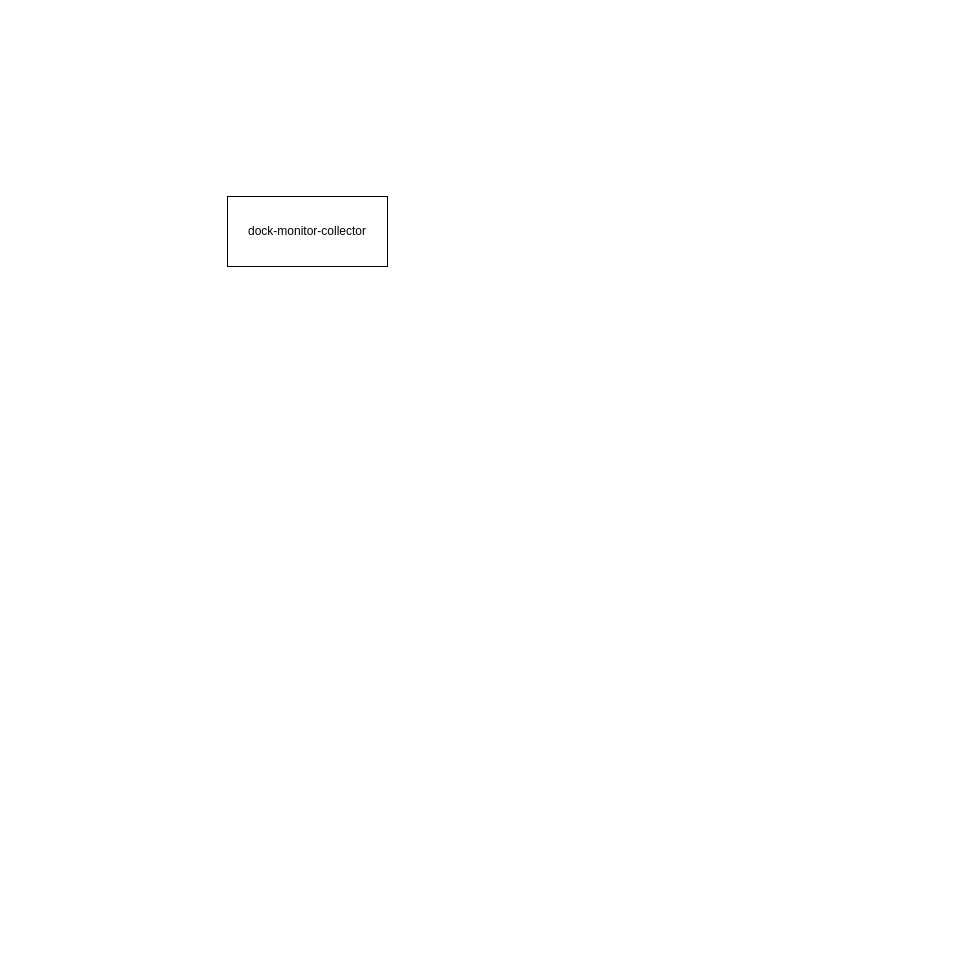
Before: IOT.drawio in CCWater/sprincloud-config, a draw.io diagram. Source tidied: cells renumbered, new cells numbered last; positions are measured from the earlier drawing's top-left corner, leaving out a move shared by most shapes. Both pictures are drawn from the tidied source at 100%, with x=0, y=0 at pixel (227, 196).
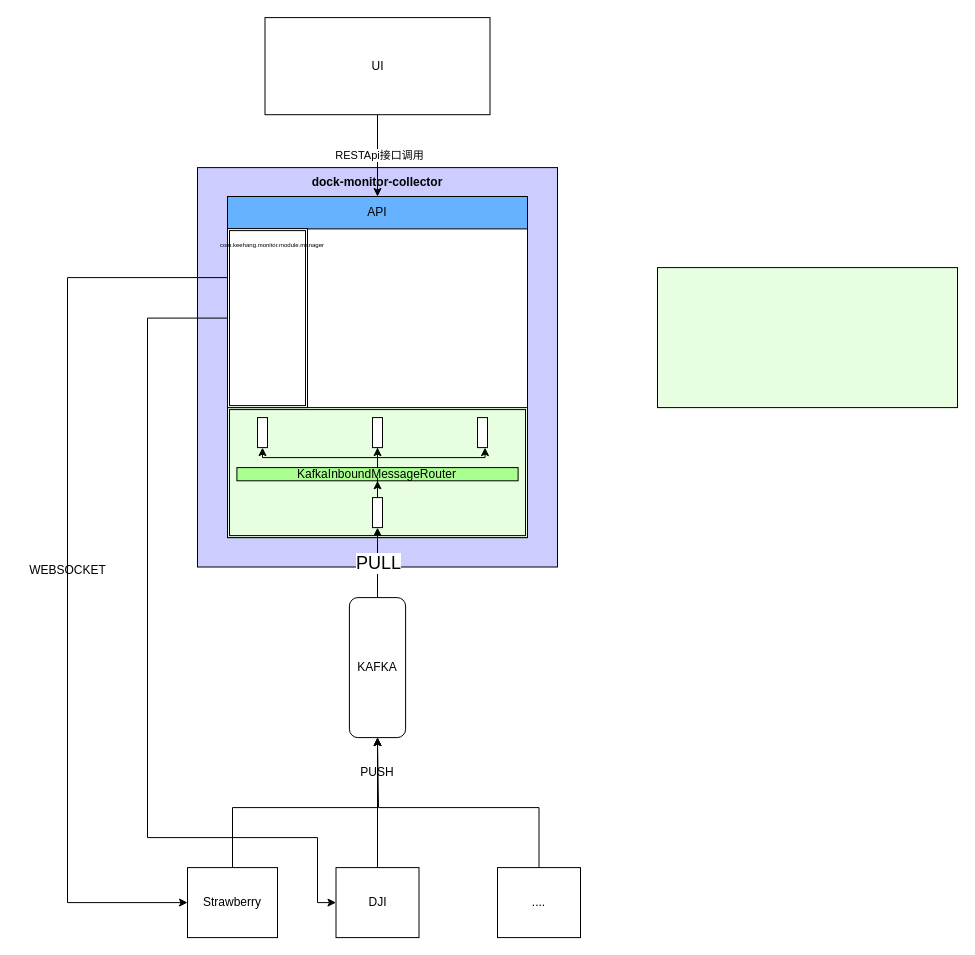
The same diagram, later.

The edit, as a diff of the source:
```diff
@@
+    <mxCell id="3" style="rounded=0;whiteSpace=wrap;html=1;fillColor=#CCCCFF;" parent="1" vertex="1">
+      <mxGeometry x="-30" y="-28.9" width="360" height="399.4" as="geometry" />
+    </mxCell>
-    <mxCell id="2" value="dock-monitor-collector" style="rounded=0;whiteSpace=wrap;html=1;" parent="1" vertex="1">
-      <mxGeometry width="160" height="70" as="geometry" />
+    <mxCell id="2" style="rounded=0;whiteSpace=wrap;html=1;" parent="1" vertex="1">
+      <mxGeometry width="300" height="341.1" as="geometry" />
     </mxCell>
+    <mxCell id="4" value="KAFKA" style="rounded=1;whiteSpace=wrap;html=1;direction=south;" parent="1" vertex="1">
+      <mxGeometry x="121.9" y="401.1" width="56.2" height="140" as="geometry" />
+    </mxCell>
+    <mxCell id="5" value="API" style="rounded=0;whiteSpace=wrap;html=1;fillColor=#66B2FF;" parent="1" vertex="1">
+      <mxGeometry width="300" height="32.4" as="geometry" />
+    </mxCell>
+    <mxCell id="6" style="edgeStyle=orthogonalEdgeStyle;rounded=0;jettySize=auto;html=1;entryX=0.5;entryY=0;entryDx=0;entryDy=0;" parent="1" edge="1" source="8" target="5">
+      <mxGeometry relative="1" as="geometry" />
+    </mxCell>
+    <mxCell id="7" value="RESTApi接口调用" style="edgeLabel;html=1;align=center;verticalAlign=middle;" parent="6" vertex="1">
+      <mxGeometry x="-0.02" y="1" relative="1" as="geometry" />
+    </mxCell>
+    <mxCell id="8" value="UI" style="rounded=0;whiteSpace=wrap;html=1;" parent="1" vertex="1">
+      <mxGeometry x="37.5" y="-178.9" width="225" height="97.1" as="geometry" />
+    </mxCell>
+    <mxCell id="9" style="rounded=0;whiteSpace=wrap;html=1;fillColor=#E7FFE0;" parent="1" vertex="1">
+      <mxGeometry x="430" y="71.1" width="300" height="140" as="geometry" />
+    </mxCell>
+    <mxCell id="10" value="&lt;b&gt;dock-monitor-collector&lt;/b&gt;" style="text;html=1;strokeColor=none;fillColor=none;align=center;verticalAlign=middle;whiteSpace=wrap;rounded=0;" parent="1" vertex="1">
+      <mxGeometry x="75" y="-18.9" width="150" height="10" as="geometry" />
+    </mxCell>
+    <mxCell id="11" style="group;" parent="1" vertex="1">
+      <mxGeometry y="211.1" width="300" height="130" as="geometry" />
+    </mxCell>
+    <mxCell id="12" style="edgeStyle=orthogonalEdgeStyle;rounded=0;orthogonalLoop=1;jettySize=auto;html=1;exitX=0.5;exitY=1;exitDx=0;exitDy=0;fillColor=#FFFF33;" parent="11" edge="1">
+      <mxGeometry relative="1" as="geometry">
+        <mxPoint x="151.2" y="120.9" as="sourcePoint" />
+        <mxPoint x="151.2" y="120.9" as="targetPoint" />
+      </mxGeometry>
+    </mxCell>
+    <mxCell id="13" style="shape=ext;double=1;rounded=0;whiteSpace=wrap;html=1;fillColor=#E7FFE0;" parent="11" vertex="1">
+      <mxGeometry width="300" height="130" as="geometry" />
+    </mxCell>
+    <mxCell id="14" style="edgeStyle=orthogonalEdgeStyle;rounded=0;jettySize=auto;html=1;entryX=0.5;entryY=1;entryDx=0;entryDy=0;" parent="11" edge="1" source="17" target="18">
+      <mxGeometry relative="1" as="geometry">
+        <Array as="points">
+          <mxPoint x="150" y="50" />
+          <mxPoint x="35" y="50" />
+        </Array>
+      </mxGeometry>
+    </mxCell>
+    <mxCell id="15" style="edgeStyle=orthogonalEdgeStyle;rounded=0;jettySize=auto;html=1;entryX=0.5;entryY=1;entryDx=0;entryDy=0;" parent="11" edge="1" source="17" target="19">
+      <mxGeometry relative="1" as="geometry" />
+    </mxCell>
+    <mxCell id="16" style="edgeStyle=orthogonalEdgeStyle;rounded=0;jettySize=auto;html=1;entryX=0.75;entryY=1;entryDx=0;entryDy=0;" parent="11" edge="1" source="17" target="20">
+      <mxGeometry relative="1" as="geometry">
+        <Array as="points">
+          <mxPoint x="150" y="50" />
+          <mxPoint x="257" y="50" />
+        </Array>
+      </mxGeometry>
+    </mxCell>
+    <mxCell id="17" value="KafkaInboundMessageRouter" style="rounded=0;whiteSpace=wrap;html=1;fillColor=#A9FF8F;" parent="11" vertex="1">
+      <mxGeometry x="9.4" y="60" width="281.2" height="13.2" as="geometry" />
+    </mxCell>
+    <mxCell id="18" style="rounded=0;whiteSpace=wrap;html=1;" parent="11" vertex="1">
+      <mxGeometry x="30" y="10" width="10" height="30" as="geometry" />
+    </mxCell>
+    <mxCell id="19" style="rounded=0;whiteSpace=wrap;html=1;" parent="11" vertex="1">
+      <mxGeometry x="145" y="10" width="10" height="30" as="geometry" />
+    </mxCell>
+    <mxCell id="20" style="rounded=0;whiteSpace=wrap;html=1;" parent="11" vertex="1">
+      <mxGeometry x="250" y="10" width="10" height="30" as="geometry" />
+    </mxCell>
+    <mxCell id="21" style="edgeStyle=orthogonalEdgeStyle;rounded=0;jettySize=auto;html=1;entryX=0.5;entryY=1;entryDx=0;entryDy=0;" parent="11" edge="1" source="22" target="17">
+      <mxGeometry relative="1" as="geometry" />
+    </mxCell>
+    <mxCell id="22" style="rounded=0;whiteSpace=wrap;html=1;" parent="11" vertex="1">
+      <mxGeometry x="145" y="90" width="10" height="30" as="geometry" />
+    </mxCell>
+    <mxCell id="23" style="edgeStyle=orthogonalEdgeStyle;rounded=0;jettySize=auto;html=1;entryX=0.5;entryY=1;entryDx=0;entryDy=0;" parent="1" edge="1" source="4" target="22">
+      <mxGeometry relative="1" as="geometry" />
+    </mxCell>
+    <mxCell id="24" value="&lt;font style=&quot;font-size: 18px;&quot;&gt;PULL&lt;/font&gt;" style="edgeLabel;html=1;align=center;verticalAlign=middle;" parent="23" vertex="1">
+      <mxGeometry x="0.01" relative="1" as="geometry" />
+    </mxCell>
+    <mxCell id="25" style="edgeStyle=orthogonalEdgeStyle;rounded=0;jettySize=auto;html=1;entryX=0;entryY=0.5;entryDx=0;entryDy=0;" parent="1" edge="1" source="27" target="30">
+      <mxGeometry relative="1" as="geometry">
+        <Array as="points">
+          <mxPoint x="-160" y="81.1" />
+          <mxPoint x="-160" y="706.1" />
+        </Array>
+      </mxGeometry>
+    </mxCell>
+    <mxCell id="26" style="edgeStyle=orthogonalEdgeStyle;rounded=0;jettySize=auto;html=1;entryX=0;entryY=0.5;entryDx=0;entryDy=0;" parent="1" edge="1" source="27" target="32">
+      <mxGeometry relative="1" as="geometry">
+        <Array as="points">
+          <mxPoint x="-80" y="122.1" />
+          <mxPoint x="-80" y="641.1" />
+          <mxPoint x="90" y="641.1" />
+          <mxPoint x="90" y="706.1" />
+        </Array>
+      </mxGeometry>
+    </mxCell>
+    <mxCell id="27" style="shape=ext;double=1;rounded=0;whiteSpace=wrap;html=1;" parent="1" vertex="1">
+      <mxGeometry y="32.1" width="80" height="179" as="geometry" />
+    </mxCell>
+    <mxCell id="28" value="&lt;font style=&quot;font-size: 6px;&quot;&gt;com.keehang.monitor.module.manager&lt;/font&gt;" style="text;html=1;strokeColor=none;fillColor=none;align=center;verticalAlign=middle;whiteSpace=wrap;rounded=0;" parent="1" vertex="1">
+      <mxGeometry x="15" y="32.3" width="60" height="28.8" as="geometry" />
+    </mxCell>
+    <mxCell id="29" style="edgeStyle=orthogonalEdgeStyle;rounded=0;jettySize=auto;html=1;entryX=1;entryY=0.5;entryDx=0;entryDy=0;exitX=0.5;exitY=0;exitDx=0;exitDy=0;" parent="1" edge="1" source="30" target="4">
+      <mxGeometry relative="1" as="geometry">
+        <Array as="points">
+          <mxPoint x="5" y="611.1" />
+          <mxPoint x="150" y="611.1" />
+        </Array>
+      </mxGeometry>
+    </mxCell>
+    <mxCell id="30" value="Strawberry" style="rounded=0;whiteSpace=wrap;html=1;" parent="1" vertex="1">
+      <mxGeometry x="-40" y="671.1" width="90" height="70" as="geometry" />
+    </mxCell>
+    <mxCell id="31" style="edgeStyle=orthogonalEdgeStyle;rounded=0;jettySize=auto;html=1;entryX=1;entryY=0.5;entryDx=0;entryDy=0;" parent="1" edge="1" source="32" target="4">
+      <mxGeometry relative="1" as="geometry" />
+    </mxCell>
+    <mxCell id="32" value="DJI" style="rounded=0;whiteSpace=wrap;html=1;" parent="1" vertex="1">
+      <mxGeometry x="108.5" y="671.1" width="83" height="70" as="geometry" />
+    </mxCell>
+    <mxCell id="33" style="edgeStyle=orthogonalEdgeStyle;rounded=0;jettySize=auto;html=1;exitX=0.5;exitY=0;exitDx=0;exitDy=0;" parent="1" edge="1" source="34">
+      <mxGeometry relative="1" as="geometry">
+        <mxPoint x="150" y="541.1" as="targetPoint" />
+        <Array as="points">
+          <mxPoint x="312" y="611.1" />
+          <mxPoint x="151" y="611.1" />
+          <mxPoint x="151" y="541.1" />
+        </Array>
+      </mxGeometry>
+    </mxCell>
+    <mxCell id="34" value="...." style="rounded=0;whiteSpace=wrap;html=1;" parent="1" vertex="1">
+      <mxGeometry x="270" y="671.1" width="83" height="70" as="geometry" />
+    </mxCell>
+    <mxCell id="35" value="PUSH" style="text;html=1;strokeColor=none;fillColor=none;align=center;verticalAlign=middle;whiteSpace=wrap;rounded=0;" parent="1" vertex="1">
+      <mxGeometry x="120" y="561.1" width="60" height="30" as="geometry" />
+    </mxCell>
+    <mxCell id="36" value="WEBSOCKET" style="text;html=1;align=center;verticalAlign=middle;strokeColor=none;fillColor=none;" parent="1" vertex="1">
+      <mxGeometry x="-210" y="359.1" width="100" height="30" as="geometry" />
+    </mxCell>
```
